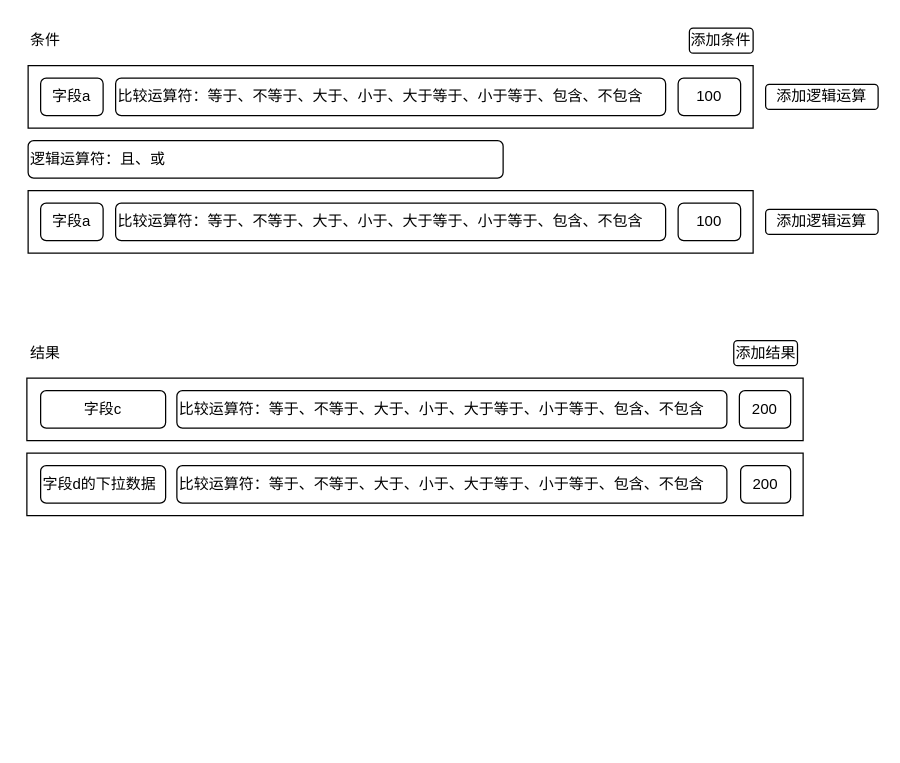
bin-9527/pms-prd keeps this draw.io diagram as drawio/demo.drawio. Above is the earlier version. Source tidied: cells renumbered, new cells numbered last; positions are measured from the earlier drawing's top-left corner, leaving out a move shared by most shapes. Both pictures are drawn from the tidied source at 125%, with x=0, y=0 at pixel (26, 21).
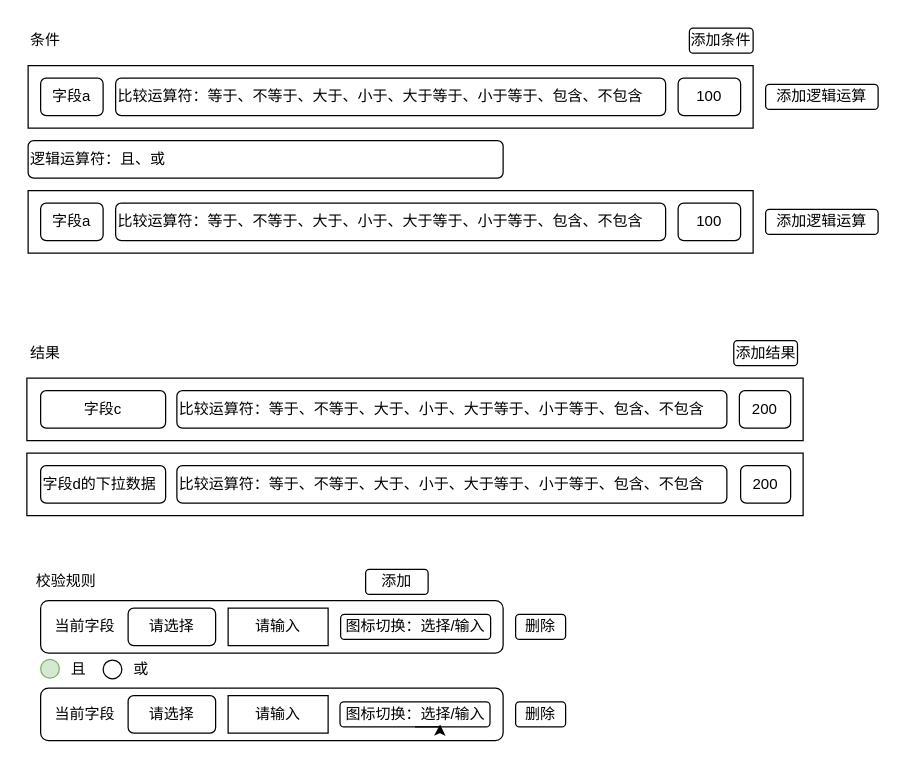
After the change.

Change to the diagram source:
```diff
@@
+    <mxCell id="25" style="ellipse;whiteSpace=wrap;html=1;fillColor=#d5e8d4;strokeColor=#82b366;" parent="1" vertex="1">
+      <mxGeometry x="11" y="510" width="15" height="15" as="geometry" />
+    </mxCell>
@@
+    <mxCell id="26" value="校验规则" style="text;html=1;align=center;verticalAlign=middle;strokeColor=none;fillColor=none;" parent="1" vertex="1">
+      <mxGeometry x="-4" y="433" width="70" height="30" as="geometry" />
+    </mxCell>
+    <mxCell id="27" style="rounded=1;whiteSpace=wrap;html=1;" parent="1" vertex="1">
+      <mxGeometry x="11" y="463" width="370" height="42" as="geometry" />
+    </mxCell>
+    <mxCell id="28" value="添加" style="rounded=1;whiteSpace=wrap;html=1;" parent="1" vertex="1">
+      <mxGeometry x="271" y="438" width="50" height="20" as="geometry" />
+    </mxCell>
+    <mxCell id="29" value="且" style="text;html=1;align=center;verticalAlign=middle;strokeColor=none;fillColor=none;" parent="1" vertex="1">
+      <mxGeometry x="21" y="503" width="40" height="30" as="geometry" />
+    </mxCell>
+    <mxCell id="30" value="或" style="text;html=1;align=center;verticalAlign=middle;strokeColor=none;fillColor=none;" parent="1" vertex="1">
+      <mxGeometry x="71" y="503" width="40" height="30" as="geometry" />
+    </mxCell>
+    <mxCell id="31" style="ellipse;whiteSpace=wrap;html=1;" parent="1" vertex="1">
+      <mxGeometry x="61" y="510.5" width="15" height="15" as="geometry" />
+    </mxCell>
+    <mxCell id="32" value="当前字段" style="text;html=1;align=center;verticalAlign=middle;strokeColor=none;fillColor=none;" parent="1" vertex="1">
+      <mxGeometry x="11" y="469" width="70" height="30" as="geometry" />
+    </mxCell>
+    <mxCell id="33" value="请选择" style="rounded=1;whiteSpace=wrap;html=1;" parent="1" vertex="1">
+      <mxGeometry x="81" y="469" width="70" height="30" as="geometry" />
+    </mxCell>
+    <mxCell id="34" value="请输入" style="rounded=0;whiteSpace=wrap;html=1;" parent="1" vertex="1">
+      <mxGeometry x="161" y="469" width="80" height="30" as="geometry" />
+    </mxCell>
+    <mxCell id="35" style="rounded=1;whiteSpace=wrap;html=1;" parent="1" vertex="1">
+      <mxGeometry x="11" y="533" width="370" height="42" as="geometry" />
+    </mxCell>
+    <mxCell id="36" value="当前字段" style="text;html=1;align=center;verticalAlign=middle;strokeColor=none;fillColor=none;" parent="1" vertex="1">
+      <mxGeometry x="11" y="539" width="70" height="30" as="geometry" />
+    </mxCell>
+    <mxCell id="37" value="请选择" style="rounded=1;whiteSpace=wrap;html=1;" parent="1" vertex="1">
+      <mxGeometry x="81" y="539" width="70" height="30" as="geometry" />
+    </mxCell>
+    <mxCell id="38" value="请输入" style="rounded=0;whiteSpace=wrap;html=1;" parent="1" vertex="1">
+      <mxGeometry x="161" y="539" width="80" height="30" as="geometry" />
+    </mxCell>
+    <mxCell id="39" value="删除" style="rounded=1;whiteSpace=wrap;html=1;" parent="1" vertex="1">
+      <mxGeometry x="391" y="474" width="40" height="20" as="geometry" />
+    </mxCell>
+    <mxCell id="40" value="删除" style="rounded=1;whiteSpace=wrap;html=1;" parent="1" vertex="1">
+      <mxGeometry x="391" y="544" width="40" height="20" as="geometry" />
+    </mxCell>
+    <mxCell id="41" value="图标切换：选择/输入" style="rounded=1;whiteSpace=wrap;html=1;" parent="1" vertex="1">
+      <mxGeometry x="251" y="474" width="120" height="20" as="geometry" />
+    </mxCell>
+    <mxCell id="42" value="图标切换：选择/输入" style="rounded=1;whiteSpace=wrap;html=1;" parent="1" vertex="1">
+      <mxGeometry x="250.5" y="544" width="120" height="20" as="geometry" />
+    </mxCell>
+    <mxCell id="43" style="edgeStyle=orthogonalEdgeStyle;rounded=0;orthogonalLoop=1;jettySize=auto;html=1;exitX=0.5;exitY=1;exitDx=0;exitDy=0;entryX=0.667;entryY=0.9;entryDx=0;entryDy=0;entryPerimeter=0;" parent="1" edge="1" source="42" target="42">
+      <mxGeometry relative="1" as="geometry" />
+    </mxCell>
```
